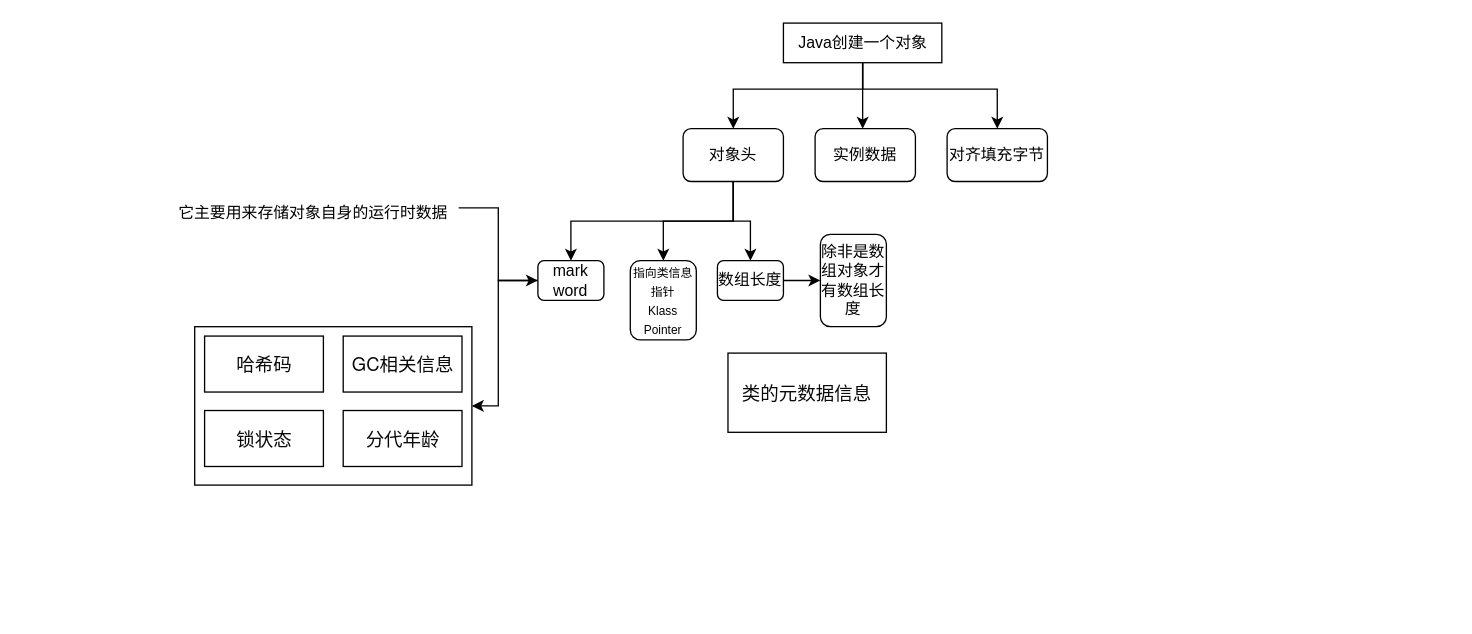
Earlier version of the draw.io diagram jvm=2025年3月28日.drawio (Clearner1/drawio). Source tidied: cells renumbered, new cells numbered last; positions are measured from the earlier drawing's top-left corner, leaving out a move shared by most shapes. Both pictures are drawn from the tidied source at 132%, with x=0, y=0 at pixel (168, 22).
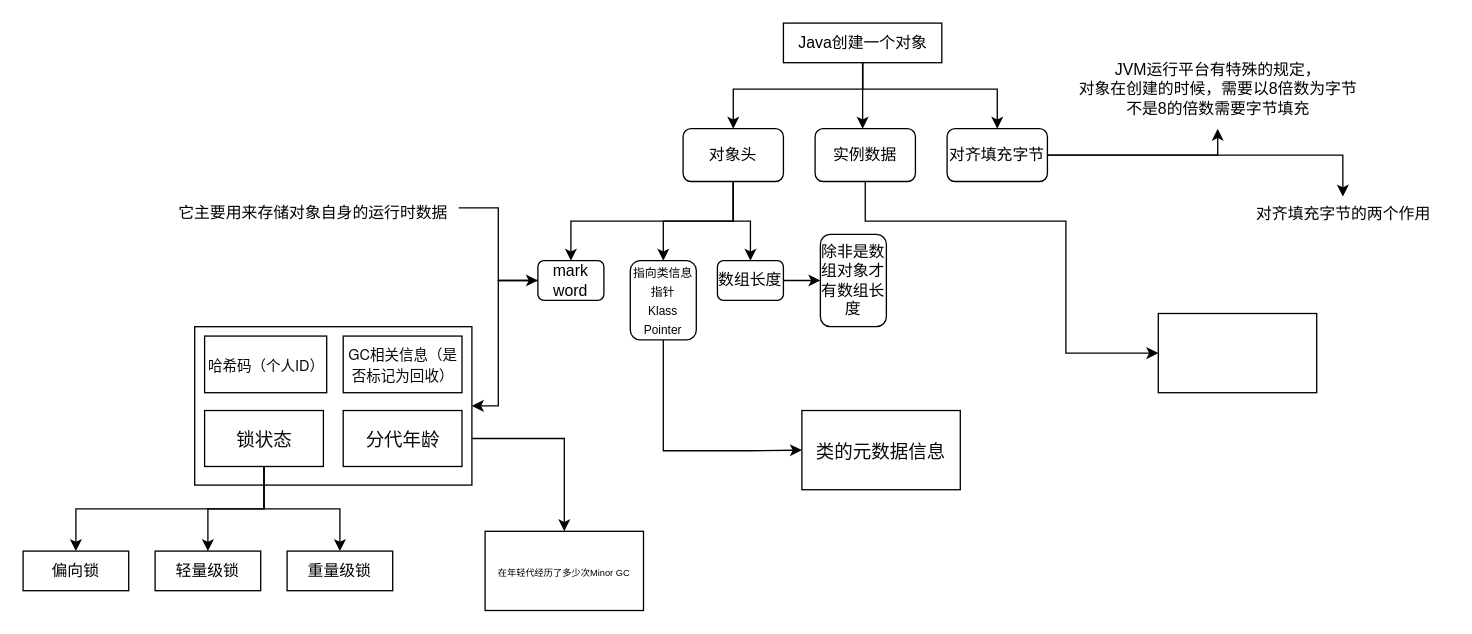
Above is the later version.

Commit message:
更新jvm=2025年3月28日.drawio

Unchanged cells that the change refers to:
```xml
<mxCell id="9" value="实例数据" style="rounded=1;whiteSpace=wrap;html=1;" parent="1" vertex="1">
  <mxGeometry x="490" y="80" width="76" height="40" as="geometry" />
</mxCell>
<mxCell id="10" value="对齐填充字节" style="rounded=1;whiteSpace=wrap;html=1;" parent="1" vertex="1">
  <mxGeometry x="590" y="80" width="76" height="40" as="geometry" />
</mxCell>
<mxCell id="14" value="&lt;font style=&quot;font-size: 9px;&quot;&gt;指向类信息指针&lt;/font&gt;&lt;div&gt;&lt;font style=&quot;font-size: 9px;&quot;&gt;Klass Pointer&lt;br&gt;&lt;/font&gt;&lt;/div&gt;" style="rounded=1;whiteSpace=wrap;html=1;" parent="1" vertex="1">
  <mxGeometry x="350" y="180" width="50" height="60" as="geometry" />
</mxCell>
```

Diff of the diagram source:
```diff
@@
+    <mxCell id="27" style="edgeStyle=orthogonalEdgeStyle;rounded=0;jettySize=auto;html=1;entryX=0;entryY=0.5;entryDx=0;entryDy=0;" parent="1" edge="1" source="9" target="40">
+      <mxGeometry relative="1" as="geometry">
+        <Array as="points">
+          <mxPoint x="528" y="150" />
+          <mxPoint x="680" y="150" />
+          <mxPoint x="680" y="250" />
+        </Array>
+      </mxGeometry>
+    </mxCell>
@@
+    <mxCell id="28" style="edgeStyle=orthogonalEdgeStyle;rounded=0;jettySize=auto;html=1;entryX=0.499;entryY=0.048;entryDx=0;entryDy=0;entryPerimeter=0;" parent="1" edge="1" source="10" target="41">
+      <mxGeometry relative="1" as="geometry" />
+    </mxCell>
@@
+    <mxCell id="29" style="edgeStyle=orthogonalEdgeStyle;rounded=0;jettySize=auto;html=1;entryX=0;entryY=0.5;entryDx=0;entryDy=0;" parent="1" edge="1" source="14" target="17">
+      <mxGeometry relative="1" as="geometry">
+        <Array as="points">
+          <mxPoint x="375" y="324" />
+          <mxPoint x="440" y="324" />
+        </Array>
+      </mxGeometry>
+    </mxCell>
@@
     <mxCell id="17" value="&lt;span style=&quot;color: rgb(10, 10, 10); font-family: &amp;quot;Helvetica Neue&amp;quot;, BlinkMacSystemFont, &amp;quot;Segoe UI&amp;quot;, &amp;quot;PingFang SC&amp;quot;, Roboto, &amp;quot;Microsoft YaHei&amp;quot;, &amp;quot;Source Han Sans SC&amp;quot;, &amp;quot;Noto Sans CJK SC&amp;quot;, &amp;quot;Myriad Pro&amp;quot;, &amp;quot;Hiragino Sans&amp;quot;, &amp;quot;Yu Gothic&amp;quot;, &amp;quot;Lucida Grande&amp;quot;, sans-serif; font-size: 14px; text-align: start; white-space-collapse: preserve; background-color: rgb(255, 255, 255);&quot;&gt;类的元数据信息&lt;/span&gt;" style="rounded=0;whiteSpace=wrap;html=1;" parent="1" vertex="1">
-      <mxGeometry x="424" y="250" width="120" height="60" as="geometry" />
+      <mxGeometry x="480" y="293.5" width="120" height="60" as="geometry" />
     </mxCell>
@@
-    <mxCell id="20" style="group;" parent="1" vertex="1">
-      <mxGeometry x="20" y="230" width="210" height="120" as="geometry" />
-    </mxCell>
+    <mxCell id="26" value="除非是数组对象才有数组长度" style="rounded=1;whiteSpace=wrap;html=1;" parent="1" vertex="1">
+      <mxGeometry x="494" y="160" width="50" height="70" as="geometry" />
+    </mxCell>
+    <mxCell id="30" value="偏向锁" style="whiteSpace=wrap;html=1;" parent="1" vertex="1">
+      <mxGeometry x="-110" y="400" width="80" height="30" as="geometry" />
+    </mxCell>
+    <mxCell id="31" value="轻量级锁" style="whiteSpace=wrap;html=1;" parent="1" vertex="1">
+      <mxGeometry x="-10" y="400" width="80" height="30" as="geometry" />
+    </mxCell>
+    <mxCell id="32" value="重量级锁" style="whiteSpace=wrap;html=1;" parent="1" vertex="1">
+      <mxGeometry x="90" y="400" width="80" height="30" as="geometry" />
+    </mxCell>
+    <mxCell id="33" value="&lt;span style=&quot;text-wrap: nowrap; background-color: rgb(255, 255, 255);&quot;&gt;&lt;font style=&quot;font-size: 7px;&quot;&gt;在年轻代经历了多少次Minor GC&lt;/font&gt;&lt;/span&gt;" style="whiteSpace=wrap;html=1;" parent="1" vertex="1">
+      <mxGeometry x="240" y="385" width="120" height="60" as="geometry" />
+    </mxCell>
+    <mxCell id="34" style="edgeStyle=orthogonalEdgeStyle;rounded=0;jettySize=auto;html=1;entryX=0.5;entryY=0;entryDx=0;entryDy=0;" parent="1" edge="1" source="25" target="33">
+      <mxGeometry relative="1" as="geometry" />
+    </mxCell>
-    <mxCell id="21" style="whiteSpace=wrap;html=1;" parent="20" vertex="1">
-      <mxGeometry width="210" height="120" as="geometry" />
+    <mxCell id="21" style="whiteSpace=wrap;html=1;" parent="1" vertex="1">
+      <mxGeometry x="20" y="230" width="210" height="120" as="geometry" />
     </mxCell>
-    <mxCell id="22" value="&lt;span style=&quot;color: rgb(10, 10, 10); font-family: &amp;quot;Helvetica Neue&amp;quot;, BlinkMacSystemFont, &amp;quot;Segoe UI&amp;quot;, &amp;quot;PingFang SC&amp;quot;, Roboto, &amp;quot;Microsoft YaHei&amp;quot;, &amp;quot;Source Han Sans SC&amp;quot;, &amp;quot;Noto Sans CJK SC&amp;quot;, &amp;quot;Myriad Pro&amp;quot;, &amp;quot;Hiragino Sans&amp;quot;, &amp;quot;Yu Gothic&amp;quot;, &amp;quot;Lucida Grande&amp;quot;, sans-serif; font-size: 14px; text-align: start; white-space-collapse: preserve; background-color: rgb(255, 255, 255);&quot;&gt;哈希码&lt;/span&gt;" style="rounded=0;whiteSpace=wrap;html=1;" parent="20" vertex="1">
-      <mxGeometry x="7.5" y="7.1" width="90" height="42.4" as="geometry" />
+    <mxCell id="22" value="&lt;span style=&quot;color: rgb(10, 10, 10); font-family: &amp;quot;Helvetica Neue&amp;quot;, BlinkMacSystemFont, &amp;quot;Segoe UI&amp;quot;, &amp;quot;PingFang SC&amp;quot;, Roboto, &amp;quot;Microsoft YaHei&amp;quot;, &amp;quot;Source Han Sans SC&amp;quot;, &amp;quot;Noto Sans CJK SC&amp;quot;, &amp;quot;Myriad Pro&amp;quot;, &amp;quot;Hiragino Sans&amp;quot;, &amp;quot;Yu Gothic&amp;quot;, &amp;quot;Lucida Grande&amp;quot;, sans-serif; text-align: start; white-space-collapse: preserve; background-color: rgb(255, 255, 255);&quot;&gt;&lt;font style=&quot;font-size: 11px;&quot;&gt;哈希码（个人ID）&lt;/font&gt;&lt;/span&gt;" style="rounded=0;whiteSpace=wrap;html=1;" parent="1" vertex="1">
+      <mxGeometry x="27.5" y="237.1" width="92.5" height="42.9" as="geometry" />
     </mxCell>
-    <mxCell id="23" value="&lt;span style=&quot;color: rgb(10, 10, 10); font-family: &amp;quot;Helvetica Neue&amp;quot;, BlinkMacSystemFont, &amp;quot;Segoe UI&amp;quot;, &amp;quot;PingFang SC&amp;quot;, Roboto, &amp;quot;Microsoft YaHei&amp;quot;, &amp;quot;Source Han Sans SC&amp;quot;, &amp;quot;Noto Sans CJK SC&amp;quot;, &amp;quot;Myriad Pro&amp;quot;, &amp;quot;Hiragino Sans&amp;quot;, &amp;quot;Yu Gothic&amp;quot;, &amp;quot;Lucida Grande&amp;quot;, sans-serif; font-size: 14px; text-align: start; white-space-collapse: preserve; background-color: rgb(255, 255, 255);&quot;&gt;GC相关信息&lt;/span&gt;" style="whiteSpace=wrap;html=1;" parent="20" vertex="1">
-      <mxGeometry x="112.5" y="7.1" width="90" height="42.4" as="geometry" />
+    <mxCell id="23" value="&lt;span style=&quot;color: rgb(10, 10, 10); font-family: &amp;quot;Helvetica Neue&amp;quot;, BlinkMacSystemFont, &amp;quot;Segoe UI&amp;quot;, &amp;quot;PingFang SC&amp;quot;, Roboto, &amp;quot;Microsoft YaHei&amp;quot;, &amp;quot;Source Han Sans SC&amp;quot;, &amp;quot;Noto Sans CJK SC&amp;quot;, &amp;quot;Myriad Pro&amp;quot;, &amp;quot;Hiragino Sans&amp;quot;, &amp;quot;Yu Gothic&amp;quot;, &amp;quot;Lucida Grande&amp;quot;, sans-serif; text-align: start; white-space-collapse: preserve; background-color: rgb(255, 255, 255);&quot;&gt;&lt;font style=&quot;font-size: 11px;&quot;&gt;GC相关信息（是否标记为回收）&lt;/font&gt;&lt;/span&gt;" style="whiteSpace=wrap;html=1;" parent="1" vertex="1">
+      <mxGeometry x="132.5" y="237.1" width="90" height="42.9" as="geometry" />
     </mxCell>
+    <mxCell id="35" style="edgeStyle=orthogonalEdgeStyle;rounded=0;jettySize=auto;html=1;entryX=0.5;entryY=0;entryDx=0;entryDy=0;" parent="1" edge="1" source="24" target="30">
+      <mxGeometry relative="1" as="geometry">
+        <Array as="points">
+          <mxPoint x="72" y="368" />
+          <mxPoint x="-70" y="368" />
+        </Array>
+      </mxGeometry>
+    </mxCell>
+    <mxCell id="36" style="edgeStyle=orthogonalEdgeStyle;rounded=0;jettySize=auto;html=1;entryX=0.5;entryY=0;entryDx=0;entryDy=0;" parent="1" edge="1" source="24" target="31">
+      <mxGeometry relative="1" as="geometry" />
+    </mxCell>
+    <mxCell id="37" style="edgeStyle=orthogonalEdgeStyle;rounded=0;jettySize=auto;html=1;entryX=0.5;entryY=0;entryDx=0;entryDy=0;" parent="1" edge="1" source="24" target="32">
+      <mxGeometry relative="1" as="geometry" />
+    </mxCell>
-    <mxCell id="24" value="&lt;span style=&quot;color: rgb(10, 10, 10); font-family: &amp;quot;Helvetica Neue&amp;quot;, BlinkMacSystemFont, &amp;quot;Segoe UI&amp;quot;, &amp;quot;PingFang SC&amp;quot;, Roboto, &amp;quot;Microsoft YaHei&amp;quot;, &amp;quot;Source Han Sans SC&amp;quot;, &amp;quot;Noto Sans CJK SC&amp;quot;, &amp;quot;Myriad Pro&amp;quot;, &amp;quot;Hiragino Sans&amp;quot;, &amp;quot;Yu Gothic&amp;quot;, &amp;quot;Lucida Grande&amp;quot;, sans-serif; font-size: 14px; text-align: start; white-space-collapse: preserve; background-color: rgb(255, 255, 255);&quot;&gt;锁状态&lt;/span&gt;" style="whiteSpace=wrap;html=1;" parent="20" vertex="1">
-      <mxGeometry x="7.5" y="63.5" width="90" height="42.4" as="geometry" />
+    <mxCell id="24" value="&lt;span style=&quot;color: rgb(10, 10, 10); font-family: &amp;quot;Helvetica Neue&amp;quot;, BlinkMacSystemFont, &amp;quot;Segoe UI&amp;quot;, &amp;quot;PingFang SC&amp;quot;, Roboto, &amp;quot;Microsoft YaHei&amp;quot;, &amp;quot;Source Han Sans SC&amp;quot;, &amp;quot;Noto Sans CJK SC&amp;quot;, &amp;quot;Myriad Pro&amp;quot;, &amp;quot;Hiragino Sans&amp;quot;, &amp;quot;Yu Gothic&amp;quot;, &amp;quot;Lucida Grande&amp;quot;, sans-serif; font-size: 14px; text-align: start; white-space-collapse: preserve; background-color: rgb(255, 255, 255);&quot;&gt;锁状态&lt;/span&gt;" style="whiteSpace=wrap;html=1;" parent="1" vertex="1">
+      <mxGeometry x="27.5" y="293.5" width="90" height="42.4" as="geometry" />
     </mxCell>
-    <mxCell id="25" value="&lt;span style=&quot;color: rgb(10, 10, 10); font-family: &amp;quot;Helvetica Neue&amp;quot;, BlinkMacSystemFont, &amp;quot;Segoe UI&amp;quot;, &amp;quot;PingFang SC&amp;quot;, Roboto, &amp;quot;Microsoft YaHei&amp;quot;, &amp;quot;Source Han Sans SC&amp;quot;, &amp;quot;Noto Sans CJK SC&amp;quot;, &amp;quot;Myriad Pro&amp;quot;, &amp;quot;Hiragino Sans&amp;quot;, &amp;quot;Yu Gothic&amp;quot;, &amp;quot;Lucida Grande&amp;quot;, sans-serif; font-size: 14px; text-align: start; white-space-collapse: preserve; background-color: rgb(255, 255, 255);&quot;&gt;分代年龄&lt;/span&gt;" style="whiteSpace=wrap;html=1;" parent="20" vertex="1">
-      <mxGeometry x="112.5" y="63.5" width="90" height="42.4" as="geometry" />
+    <mxCell id="25" value="&lt;span style=&quot;color: rgb(10, 10, 10); font-family: &amp;quot;Helvetica Neue&amp;quot;, BlinkMacSystemFont, &amp;quot;Segoe UI&amp;quot;, &amp;quot;PingFang SC&amp;quot;, Roboto, &amp;quot;Microsoft YaHei&amp;quot;, &amp;quot;Source Han Sans SC&amp;quot;, &amp;quot;Noto Sans CJK SC&amp;quot;, &amp;quot;Myriad Pro&amp;quot;, &amp;quot;Hiragino Sans&amp;quot;, &amp;quot;Yu Gothic&amp;quot;, &amp;quot;Lucida Grande&amp;quot;, sans-serif; font-size: 14px; text-align: start; white-space-collapse: preserve; background-color: rgb(255, 255, 255);&quot;&gt;分代年龄&lt;/span&gt;" style="whiteSpace=wrap;html=1;" parent="1" vertex="1">
+      <mxGeometry x="132.5" y="293.5" width="90" height="42.4" as="geometry" />
     </mxCell>
-    <mxCell id="26" value="除非是数组对象才有数组长度" style="rounded=1;whiteSpace=wrap;html=1;" parent="1" vertex="1">
-      <mxGeometry x="494" y="160" width="50" height="70" as="geometry" />
-    </mxCell>
+    <mxCell id="38" value="JVM运行平台有特殊的规定，&lt;div&gt;对象在创建的时候，需要以8倍数为字节&lt;/div&gt;&lt;div&gt;不是8的倍数需要字节填充&lt;/div&gt;" style="text;html=1;align=center;verticalAlign=middle;points=[[0.5,1,0,0,0]];strokeColor=none;fillColor=none;" parent="1" vertex="1">
+      <mxGeometry x="680" y="20" width="230" height="60" as="geometry" />
+    </mxCell>
+    <mxCell id="39" style="edgeStyle=orthogonalEdgeStyle;rounded=0;jettySize=auto;html=1;entryX=0.5;entryY=1;entryDx=0;entryDy=0;entryPerimeter=0;" parent="1" edge="1" source="10" target="38">
+      <mxGeometry relative="1" as="geometry" />
+    </mxCell>
+    <mxCell id="40" style="whiteSpace=wrap;html=1;" parent="1" vertex="1">
+      <mxGeometry x="750" y="220" width="120" height="60" as="geometry" />
+    </mxCell>
+    <mxCell id="41" value="对齐填充字节的两个作用" style="text;html=1;align=center;verticalAlign=middle;points=[];strokeColor=none;fillColor=none;" parent="1" vertex="1">
+      <mxGeometry x="810" y="130" width="160" height="30" as="geometry" />
+    </mxCell>
```
